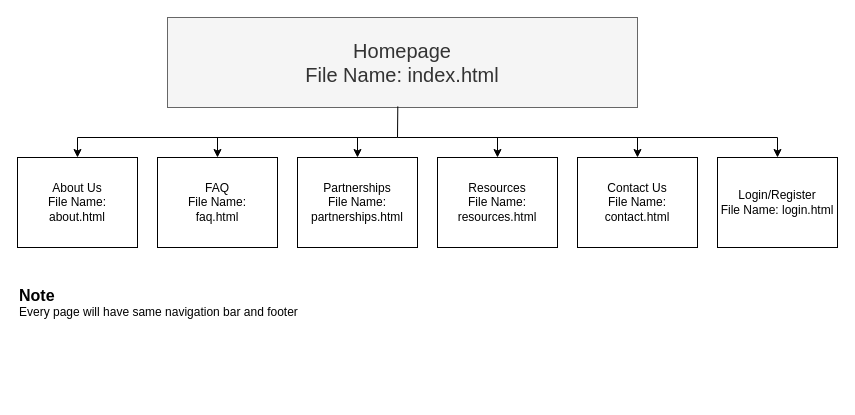
aureliosustaita/global-student-network-1.4 keeps this draw.io diagram as global-student-network.drawio. Above is the earlier version. Source tidied: cells renumbered, new cells numbered last; positions are measured from the earlier drawing's top-left corner, leaving out a move shared by most shapes. Both pictures are drawn from the tidied source at 100%, with x=0, y=0 at pixel (17, 17).
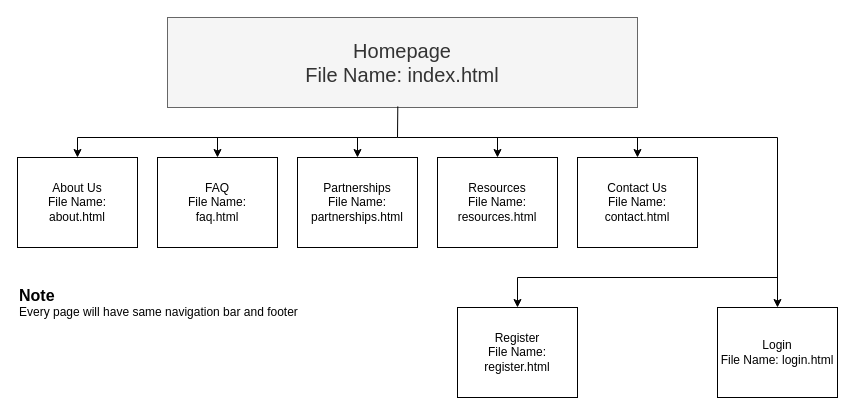
After the change.

Diff of the diagram source:
```diff
@@
-    <mxCell id="8" value="Login/Register&lt;div&gt;File Name: login.html&lt;/div&gt;" style="rounded=0;whiteSpace=wrap;html=1;" parent="1" vertex="1">
-      <mxGeometry x="700" y="140" width="120" height="90" as="geometry" />
+    <mxCell id="8" value="Login&lt;div&gt;File Name: login.html&lt;/div&gt;" style="rounded=0;whiteSpace=wrap;html=1;" parent="1" vertex="1">
+      <mxGeometry x="700" y="290" width="120" height="90" as="geometry" />
     </mxCell>
@@
+    <mxCell id="17" style="endArrow=none;html=1;rounded=0;" parent="1" edge="1">
+      <mxGeometry relative="1" as="geometry">
+        <mxPoint x="500" y="260" as="sourcePoint" />
+        <mxPoint x="760" y="260" as="targetPoint" />
+      </mxGeometry>
+    </mxCell>
+    <mxCell id="18" style="endArrow=classic;html=1;rounded=0;" parent="1" edge="1">
+      <mxGeometry relative="1" as="geometry">
+        <mxPoint x="500" y="260" as="sourcePoint" />
+        <mxPoint x="500" y="290" as="targetPoint" />
+      </mxGeometry>
+    </mxCell>
+    <mxCell id="19" value="Register&lt;br&gt;&lt;div&gt;File Name: register.html&lt;/div&gt;" style="rounded=0;whiteSpace=wrap;html=1;" parent="1" vertex="1">
+      <mxGeometry x="440" y="290" width="120" height="90" as="geometry" />
+    </mxCell>
```
